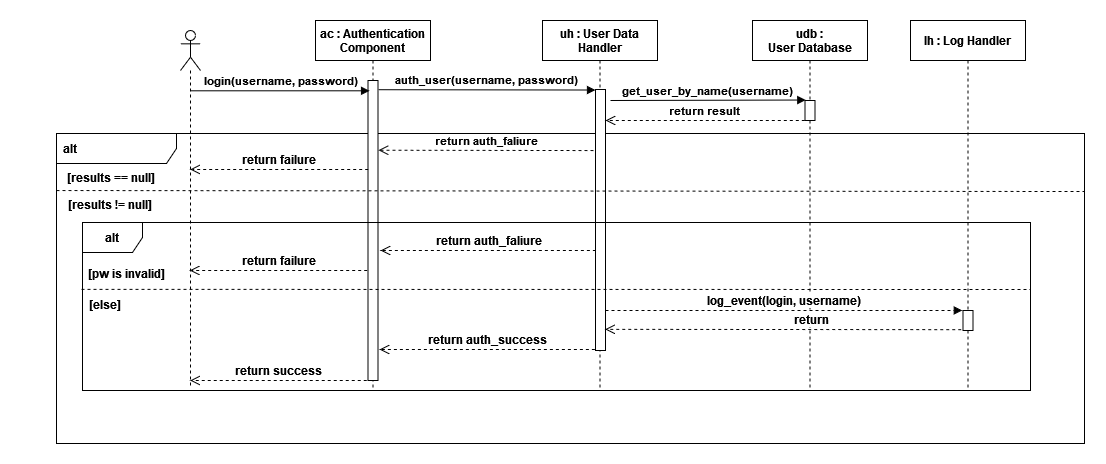
This is Documentation/Sequence diagrams/Sequence_Login.png from nemkrisz11/Computer-Security-Homework-2021-SHAjt, a draw.io export, as it was before one commit. Source tidied: cells renumbered, new cells last; positions are measured from the earlier drawing's top-left corner, leaving out a move shared by most shapes.
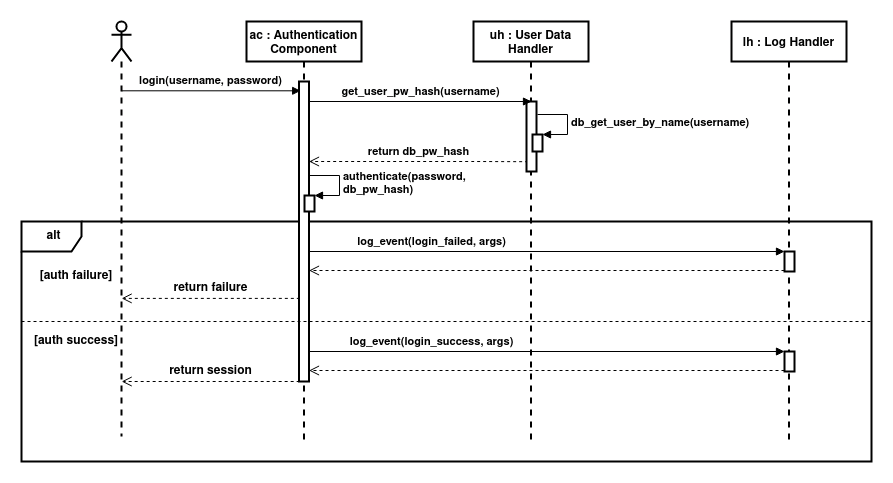
After the commit.

Commit message:
Fixed Login sequence

What changed in the source:
```diff
@@ -2,125 +2,103 @@
   <root>
     <mxCell id="0" />
     <mxCell id="1" parent="0" />
-    <mxCell id="2" value="&lt;font style=&quot;font-size: 12px&quot;&gt;&lt;b&gt;alt&lt;/b&gt;&lt;/font&gt;" style="shape=umlFrame;whiteSpace=wrap;html=1;width=120;height=30;boundedLbl=1;verticalAlign=middle;align=left;spacingLeft=5;" parent="1" vertex="1">
-      <mxGeometry x="36" y="113" width="1028" height="310" as="geometry" />
+    <mxCell id="2" value="&lt;div align=&quot;center&quot;&gt;&lt;font style=&quot;font-size: 12px&quot;&gt;&lt;b&gt;alt&lt;/b&gt;&lt;/font&gt;&lt;/div&gt;" style="shape=umlFrame;whiteSpace=wrap;html=1;width=60;height=30;boundedLbl=1;verticalAlign=middle;align=center;spacingLeft=5;strokeWidth=2;" parent="1" vertex="1">
+      <mxGeometry x="70" y="150" width="850" height="240" as="geometry" />
     </mxCell>
+    <mxCell id="14" value="&lt;b&gt;return db_pw_hash&lt;br&gt;&lt;/b&gt;" style="html=1;verticalAlign=bottom;endArrow=open;dashed=1;endSize=8;rounded=0;exitX=0.167;exitY=0.86;exitDx=0;exitDy=0;exitPerimeter=0;" parent="1" edge="1" source="8" target="4">
+      <mxGeometry relative="1" as="geometry">
+        <Array as="points">
+          <mxPoint x="520" y="90" />
+        </Array>
+      </mxGeometry>
+    </mxCell>
-    <mxCell id="3" value="ac : Authentication&#10; Component" style="shape=umlLifeline;perimeter=lifelinePerimeter;rounded=0;shadow=0;strokeWidth=1;fontStyle=1;" parent="1" vertex="1">
-      <mxGeometry x="295" width="115" height="370" as="geometry" />
+    <mxCell id="3" value="ac : Authentication&#10; Component" style="shape=umlLifeline;perimeter=lifelinePerimeter;rounded=0;shadow=0;strokeWidth=2;fontStyle=1;" parent="1" vertex="1">
+      <mxGeometry x="295" y="-50" width="115" height="420" as="geometry" />
     </mxCell>
-    <mxCell id="4" style="points=[];perimeter=orthogonalPerimeter;rounded=0;shadow=0;strokeWidth=1;" parent="3" vertex="1">
+    <mxCell id="4" style="points=[];perimeter=orthogonalPerimeter;rounded=0;shadow=0;strokeWidth=2;" parent="3" vertex="1">
       <mxGeometry x="52.5" y="60" width="10" height="300" as="geometry" />
     </mxCell>
+    <mxCell id="32" style="html=1;points=[];perimeter=orthogonalPerimeter;strokeWidth=2;" parent="3" vertex="1">
+      <mxGeometry x="58" y="174" width="10" height="16" as="geometry" />
+    </mxCell>
+    <mxCell id="33" value="&lt;b&gt;authenticate(password, &lt;br&gt;db_pw_hash)&lt;/b&gt;" style="edgeStyle=orthogonalEdgeStyle;html=1;align=left;spacingLeft=2;endArrow=block;rounded=0;entryX=1;entryY=0;strokeWidth=1;" parent="3" edge="1" target="32">
+      <mxGeometry relative="1" as="geometry">
+        <mxPoint x="63" y="154" as="sourcePoint" />
+        <Array as="points">
+          <mxPoint x="93" y="154" />
+        </Array>
+      </mxGeometry>
+    </mxCell>
+    <mxCell id="15" style="endArrow=none;dashed=1;html=1;strokeWidth=1;rounded=0;endSize=6;" parent="3" edge="1">
+      <mxGeometry relative="1" as="geometry">
+        <mxPoint x="-225" y="300" as="sourcePoint" />
+        <mxPoint x="625" y="300" as="targetPoint" />
+      </mxGeometry>
+    </mxCell>
-    <mxCell id="5" style="shape=umlLifeline;participant=umlActor;perimeter=lifelinePerimeter;whiteSpace=wrap;html=1;verticalAlign=top;spacingTop=36;outlineConnect=0;" parent="1" vertex="1">
-      <mxGeometry x="160" y="10" width="20" height="355" as="geometry" />
+    <mxCell id="5" style="shape=umlLifeline;participant=umlActor;perimeter=lifelinePerimeter;whiteSpace=wrap;html=1;verticalAlign=top;spacingTop=36;outlineConnect=0;strokeWidth=2;" parent="1" vertex="1">
+      <mxGeometry x="160" y="-50" width="20" height="415" as="geometry" />
     </mxCell>
-    <mxCell id="6" value="&lt;b&gt;login(username, password)&lt;br&gt;&lt;/b&gt;" style="html=1;verticalAlign=bottom;endArrow=block;rounded=0;entryX=0.47;entryY=0.19;entryDx=0;entryDy=0;entryPerimeter=0;" parent="1" edge="1" source="5" target="3">
+    <mxCell id="6" value="&lt;b&gt;login(username, password)&lt;br&gt;&lt;/b&gt;" style="html=1;verticalAlign=bottom;endArrow=block;rounded=0;entryX=0.167;entryY=0.031;entryDx=0;entryDy=0;entryPerimeter=0;strokeWidth=1;" parent="1" edge="1" source="5" target="4">
       <mxGeometry relative="1" as="geometry" />
     </mxCell>
-    <mxCell id="7" value="uh : User Data&#10; Handler" style="shape=umlLifeline;perimeter=lifelinePerimeter;rounded=0;shadow=0;strokeWidth=1;fontStyle=1;" parent="1" vertex="1">
-      <mxGeometry x="522" width="115" height="370" as="geometry" />
+    <mxCell id="7" value="uh : User Data&#10; Handler" style="shape=umlLifeline;perimeter=lifelinePerimeter;rounded=0;shadow=0;strokeWidth=2;fontStyle=1;" parent="1" vertex="1">
+      <mxGeometry x="522" y="-50" width="115" height="420" as="geometry" />
     </mxCell>
-    <mxCell id="8" style="points=[];perimeter=orthogonalPerimeter;rounded=0;shadow=0;strokeWidth=1;" parent="7" vertex="1">
-      <mxGeometry x="53" y="69" width="10" height="261" as="geometry" />
+    <mxCell id="8" style="points=[];perimeter=orthogonalPerimeter;rounded=0;shadow=0;strokeWidth=2;" parent="7" vertex="1">
+      <mxGeometry x="53" y="80" width="10" height="70" as="geometry" />
     </mxCell>
-    <mxCell id="9" value="udb :&#10; User Database" style="shape=umlLifeline;perimeter=lifelinePerimeter;rounded=0;shadow=0;strokeWidth=1;fontStyle=1;" parent="1" vertex="1">
-      <mxGeometry x="732" width="115" height="370" as="geometry" />
-    </mxCell>
-    <mxCell id="10" style="points=[];perimeter=orthogonalPerimeter;rounded=0;shadow=0;strokeWidth=1;" parent="9" vertex="1">
-      <mxGeometry x="52.5" y="80" width="10" height="20" as="geometry" />
-    </mxCell>
-    <mxCell id="11" value="&lt;b&gt;get_user_by_name(username)&lt;/b&gt;" style="html=1;verticalAlign=bottom;endArrow=block;rounded=0;entryX=0.078;entryY=0.008;entryDx=0;entryDy=0;entryPerimeter=0;endSize=6;" parent="1" edge="1">
-      <mxGeometry relative="1" as="geometry">
-        <mxPoint x="590" y="80" as="sourcePoint" />
-        <mxPoint x="785.3" y="79.5" as="targetPoint" />
-      </mxGeometry>
-    </mxCell>
+    <mxCell id="34" style="html=1;points=[];perimeter=orthogonalPerimeter;strokeWidth=2;" parent="7" vertex="1">
+      <mxGeometry x="59" y="113" width="10" height="17" as="geometry" />
+    </mxCell>
+    <mxCell id="35" value="&lt;b&gt;db_get_user_by_name(username)&lt;/b&gt;" style="edgeStyle=orthogonalEdgeStyle;html=1;align=left;spacingLeft=2;endArrow=block;rounded=0;entryX=1;entryY=0;strokeWidth=1;" parent="7" edge="1" target="34">
+      <mxGeometry relative="1" as="geometry">
+        <mxPoint x="64" y="93" as="sourcePoint" />
+        <Array as="points">
+          <mxPoint x="94" y="93" />
+        </Array>
+      </mxGeometry>
+    </mxCell>
-    <mxCell id="12" value="&lt;b&gt;auth_user(username, password)&lt;br&gt;&lt;/b&gt;" style="html=1;verticalAlign=bottom;endArrow=block;rounded=0;entryX=0;entryY=0.002;entryDx=0;entryDy=0;entryPerimeter=0;exitX=1.044;exitY=0.103;exitDx=0;exitDy=0;exitPerimeter=0;" parent="1" edge="1" target="8">
+    <mxCell id="12" value="&lt;b&gt;get_user_pw_hash(username)&lt;/b&gt;" style="html=1;verticalAlign=bottom;endArrow=block;rounded=0;strokeWidth=1;" parent="1" edge="1" source="4">
       <mxGeometry relative="1" as="geometry">
-        <mxPoint x="357.9" y="69.2" as="sourcePoint" />
+        <mxPoint x="580" y="30" as="targetPoint" />
       </mxGeometry>
     </mxCell>
-    <mxCell id="13" value="&lt;b&gt;return result&lt;br&gt;&lt;/b&gt;" style="html=1;verticalAlign=bottom;endArrow=open;dashed=1;endSize=8;rounded=0;exitX=-0.02;exitY=0.999;exitDx=0;exitDy=0;exitPerimeter=0;" parent="1" edge="1" source="10" target="8">
-      <mxGeometry relative="1" as="geometry" />
-    </mxCell>
-    <mxCell id="14" value="&lt;b&gt;return auth_faliure&lt;br&gt;&lt;/b&gt;" style="html=1;verticalAlign=bottom;endArrow=open;dashed=1;endSize=8;rounded=0;exitX=-0.2;exitY=0.216;exitDx=0;exitDy=0;exitPerimeter=0;entryX=1.043;entryY=0.71;entryDx=0;entryDy=0;entryPerimeter=0;" parent="1" edge="1">
-      <mxGeometry relative="1" as="geometry">
-        <mxPoint x="573" y="130" as="sourcePoint" />
-        <mxPoint x="357.9" y="129.7" as="targetPoint" />
-      </mxGeometry>
-    </mxCell>
-    <mxCell id="15" style="endArrow=none;dashed=1;html=1;strokeWidth=1;rounded=0;endSize=6;exitX=0;exitY=1;exitDx=0;exitDy=0;" parent="1" edge="1">
-      <mxGeometry relative="1" as="geometry">
-        <mxPoint x="36" y="170" as="sourcePoint" />
-        <mxPoint x="1064" y="171" as="targetPoint" />
-      </mxGeometry>
-    </mxCell>
-    <mxCell id="16" value="&lt;b&gt;[results != null]&lt;/b&gt;" style="text;html=1;strokeColor=none;fillColor=none;align=center;verticalAlign=middle;whiteSpace=wrap;rounded=0;" parent="1" vertex="1">
-      <mxGeometry x="35" y="169" width="110" height="30" as="geometry" />
+    <mxCell id="16" value="&lt;b&gt;[auth success]&lt;/b&gt;" style="text;html=1;strokeColor=none;fillColor=none;align=center;verticalAlign=middle;whiteSpace=wrap;rounded=0;" parent="1" vertex="1">
+      <mxGeometry x="70" y="255" width="110" height="30" as="geometry" />
     </mxCell>
-    <mxCell id="17" value="&lt;b&gt;[results == null]&lt;/b&gt;" style="text;html=1;strokeColor=none;fillColor=none;align=center;verticalAlign=middle;whiteSpace=wrap;rounded=0;" parent="1" vertex="1">
-      <mxGeometry x="36" y="142" width="110" height="30" as="geometry" />
+    <mxCell id="17" value="&lt;b&gt;[auth failure]&lt;/b&gt;" style="text;html=1;strokeColor=none;fillColor=none;align=center;verticalAlign=middle;whiteSpace=wrap;rounded=0;" parent="1" vertex="1">
+      <mxGeometry x="70" y="190" width="110" height="30" as="geometry" />
     </mxCell>
-    <mxCell id="18" value="&lt;b&gt;return failure&lt;br&gt;&lt;/b&gt;" style="html=1;verticalAlign=bottom;endArrow=open;dashed=1;endSize=8;rounded=0;fontSize=12;strokeWidth=1;exitX=0.016;exitY=0.476;exitDx=0;exitDy=0;exitPerimeter=0;" parent="1" edge="1" target="5">
-      <mxGeometry relative="1" as="geometry">
-        <mxPoint x="347.7" y="149" as="sourcePoint" />
-      </mxGeometry>
+    <mxCell id="18" value="&lt;b&gt;return failure&lt;br&gt;&lt;/b&gt;" style="html=1;verticalAlign=bottom;endArrow=open;dashed=1;endSize=8;rounded=0;fontSize=12;strokeWidth=1;exitX=0.083;exitY=0.723;exitDx=0;exitDy=0;exitPerimeter=0;" parent="1" edge="1" source="4" target="5">
+      <mxGeometry relative="1" as="geometry" />
     </mxCell>
-    <mxCell id="19" value="&lt;b&gt;alt&lt;/b&gt;" style="shape=umlFrame;whiteSpace=wrap;html=1;fontSize=12;" parent="1" vertex="1">
-      <mxGeometry x="62" y="202" width="948" height="168" as="geometry" />
-    </mxCell>
-    <mxCell id="20" value="&lt;b&gt;[pw is invalid]&lt;/b&gt;" style="text;html=1;strokeColor=none;fillColor=none;align=center;verticalAlign=middle;whiteSpace=wrap;rounded=0;fontSize=12;" parent="1" vertex="1">
-      <mxGeometry x="21" y="243" width="170" height="20" as="geometry" />
-    </mxCell>
-    <mxCell id="21" value="&lt;b&gt;[else]&lt;/b&gt;" style="text;html=1;strokeColor=none;fillColor=none;align=center;verticalAlign=middle;whiteSpace=wrap;rounded=0;fontSize=12;" parent="1" vertex="1">
-      <mxGeometry y="274" width="170" height="20" as="geometry" />
-    </mxCell>
-    <mxCell id="22" style="endArrow=none;dashed=1;html=1;rounded=0;fontSize=12;endSize=6;strokeWidth=1;entryX=0.999;entryY=0.344;entryDx=0;entryDy=0;entryPerimeter=0;exitX=0;exitY=0.343;exitDx=0;exitDy=0;exitPerimeter=0;" parent="1" edge="1">
-      <mxGeometry relative="1" as="geometry">
-        <mxPoint x="61" y="268.8" as="sourcePoint" />
-        <mxPoint x="1010" y="269" as="targetPoint" />
-      </mxGeometry>
-    </mxCell>
-    <mxCell id="23" value="&lt;b&gt;return auth_faliure&lt;br&gt;&lt;/b&gt;" style="html=1;verticalAlign=bottom;endArrow=open;dashed=1;endSize=8;rounded=0;fontSize=12;strokeWidth=1;exitX=0.033;exitY=0.758;exitDx=0;exitDy=0;exitPerimeter=0;" parent="1" edge="1">
-      <mxGeometry relative="1" as="geometry">
-        <mxPoint x="575.3" y="229.9" as="sourcePoint" />
-        <mxPoint x="360" y="230" as="targetPoint" />
-      </mxGeometry>
-    </mxCell>
-    <mxCell id="24" value="&lt;b&gt;return auth_success&lt;br&gt;&lt;/b&gt;" style="html=1;verticalAlign=bottom;endArrow=open;dashed=1;endSize=8;rounded=0;fontSize=12;strokeWidth=1;exitX=0.033;exitY=0.758;exitDx=0;exitDy=0;exitPerimeter=0;" parent="1" edge="1">
-      <mxGeometry relative="1" as="geometry">
-        <mxPoint x="574.3" y="328.9" as="sourcePoint" />
-        <mxPoint x="359" y="329" as="targetPoint" />
-      </mxGeometry>
-    </mxCell>
+    <mxCell id="27" value="lh : Log Handler" style="shape=umlLifeline;perimeter=lifelinePerimeter;rounded=0;shadow=0;strokeWidth=2;fontStyle=1;" parent="1" vertex="1">
+      <mxGeometry x="780" y="-50" width="115" height="420" as="geometry" />
+    </mxCell>
+    <mxCell id="36" style="html=1;points=[];perimeter=orthogonalPerimeter;strokeWidth=2;align=center;" parent="27" vertex="1">
+      <mxGeometry x="53" y="230" width="10" height="20" as="geometry" />
+    </mxCell>
+    <mxCell id="37" style="html=1;points=[];perimeter=orthogonalPerimeter;strokeWidth=2;align=center;" parent="27" vertex="1">
+      <mxGeometry x="53" y="330" width="10" height="20" as="geometry" />
+    </mxCell>
+    <mxCell id="38" style="html=1;verticalAlign=bottom;endArrow=open;dashed=1;endSize=8;exitX=0;exitY=0.95;rounded=0;strokeWidth=1;" parent="27" edge="1" source="37">
+      <mxGeometry relative="1" as="geometry">
+        <mxPoint x="-422.5" y="349" as="targetPoint" />
+      </mxGeometry>
+    </mxCell>
+    <mxCell id="39" value="&lt;b&gt;log_event(login_success, args)&lt;br&gt;&lt;/b&gt;" style="html=1;verticalAlign=bottom;endArrow=block;entryX=0;entryY=0;rounded=0;strokeWidth=1;" parent="27" edge="1" target="37">
+      <mxGeometry x="-0.48" relative="1" as="geometry">
+        <mxPoint x="-422.5" y="330" as="sourcePoint" />
+      </mxGeometry>
+    </mxCell>
+    <mxCell id="40" style="html=1;verticalAlign=bottom;endArrow=open;dashed=1;endSize=8;exitX=0;exitY=0.95;rounded=0;strokeWidth=1;" parent="1" edge="1" source="36" target="4">
+      <mxGeometry relative="1" as="geometry" />
+    </mxCell>
+    <mxCell id="41" value="&lt;b&gt;log_event(login_failed, args)&lt;br&gt;&lt;/b&gt;" style="html=1;verticalAlign=bottom;endArrow=block;entryX=0;entryY=0;rounded=0;strokeWidth=1;" parent="1" edge="1" source="4" target="36">
+      <mxGeometry x="-0.48" relative="1" as="geometry" />
+    </mxCell>
-    <mxCell id="25" value="&lt;b&gt;return success&lt;br&gt;&lt;/b&gt;" style="html=1;verticalAlign=bottom;endArrow=open;dashed=1;endSize=8;rounded=0;fontSize=12;strokeWidth=1;exitX=-0.13;exitY=1;exitDx=0;exitDy=0;exitPerimeter=0;" parent="1" edge="1" source="4" target="5">
+    <mxCell id="25" value="&lt;b&gt;return session&lt;br&gt;&lt;/b&gt;" style="html=1;verticalAlign=bottom;endArrow=open;dashed=1;endSize=8;rounded=0;fontSize=12;strokeWidth=1;exitX=0.066;exitY=1;exitDx=0;exitDy=0;exitPerimeter=0;" parent="1" edge="1" source="4" target="5">
       <mxGeometry relative="1" as="geometry" />
     </mxCell>
-    <mxCell id="26" value="&lt;b&gt;return failure&lt;br&gt;&lt;/b&gt;" style="html=1;verticalAlign=bottom;endArrow=open;dashed=1;endSize=8;rounded=0;fontSize=12;strokeWidth=1;exitX=0.016;exitY=0.476;exitDx=0;exitDy=0;exitPerimeter=0;" parent="1" edge="1">
-      <mxGeometry relative="1" as="geometry">
-        <mxPoint x="346.7" y="250" as="sourcePoint" />
-        <mxPoint x="169.2" y="250" as="targetPoint" />
-      </mxGeometry>
-    </mxCell>
-    <mxCell id="27" value="lh : Log Handler" style="shape=umlLifeline;perimeter=lifelinePerimeter;rounded=0;shadow=0;strokeWidth=1;fontStyle=1;" parent="1" vertex="1">
-      <mxGeometry x="890" width="115" height="370" as="geometry" />
-    </mxCell>
-    <mxCell id="28" style="points=[];perimeter=orthogonalPerimeter;rounded=0;shadow=0;strokeWidth=1;" parent="27" vertex="1">
-      <mxGeometry x="52.5" y="290" width="10" height="20" as="geometry" />
-    </mxCell>
-    <mxCell id="29" value="&lt;b&gt;log_event(login, username)&lt;br&gt;&lt;/b&gt;" style="html=1;verticalAlign=bottom;endArrow=block;rounded=0;dashed=1;fontSize=12;endSize=6;strokeWidth=1;entryX=-0.071;entryY=-0.003;entryDx=0;entryDy=0;entryPerimeter=0;" parent="1" edge="1" source="8" target="28">
-      <mxGeometry relative="1" as="geometry" />
-    </mxCell>
-    <mxCell id="30" style="html=1;verticalAlign=bottom;endArrow=open;dashed=1;endSize=8;rounded=0;fontSize=12;strokeWidth=1;exitX=-0.179;exitY=0.929;exitDx=0;exitDy=0;exitPerimeter=0;entryX=0.958;entryY=0.846;entryDx=0;entryDy=0;entryPerimeter=0;" parent="1" edge="1">
-      <mxGeometry relative="1" as="geometry">
-        <mxPoint x="940.7" y="309.2" as="sourcePoint" />
-        <mxPoint x="584.6" y="308.8" as="targetPoint" />
-      </mxGeometry>
-    </mxCell>
-    <mxCell id="31" value="&lt;b&gt;return&lt;/b&gt;" style="edgeLabel;html=1;align=center;verticalAlign=middle;fontSize=12;" parent="30" vertex="1">
-      <mxGeometry x="-0.09" relative="1" as="geometry">
-        <mxPoint x="12" y="-10" as="offset" />
-      </mxGeometry>
-    </mxCell>
   </root>
 </mxGraphModel>
```
